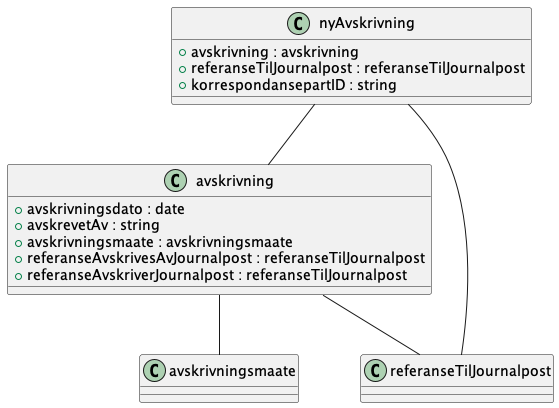
This is Dokumentasjon/V1/SchemaModels/no/ks/fiks/arkiv/v1/arkivering/avskrivning/opprett-relations.png from ks-no/fiks-arkiv-specification, a PlantUML export, as it was before one commit.
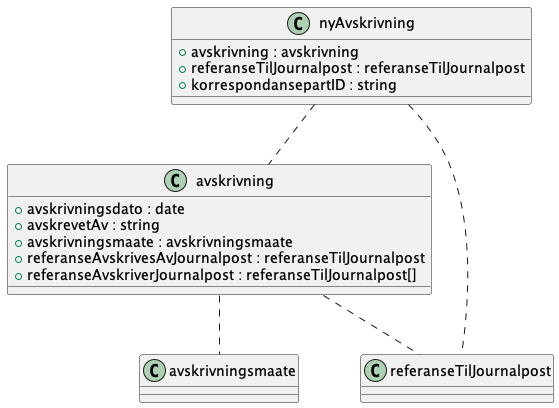
After the change.

The edit, as a diff of the source:
```diff
@@ -1,20 +1,10 @@
 @startuml
+!include opprett.pu
 
-class avskrivning {
-    +avskrivningsdato : date
-    +avskrevetAv : string
-    +avskrivningsmaate : avskrivningsmaate
-    +referanseAvskrivesAvJournalpost : referanseTilJournalpost
-    +referanseAvskriverJournalpost : referanseTilJournalpost
-}
-avskrivning -- avskrivningsmaate
-avskrivning -- referanseTilJournalpost
-class nyAvskrivning {
-    +avskrivning : avskrivning
-    +referanseTilJournalpost : referanseTilJournalpost
-    +korrespondansepartID : string
-}
-nyAvskrivning -- avskrivning
-nyAvskrivning -- referanseTilJournalpost
+avskrivning .. avskrivningsmaate
+avskrivning .. referanseTilJournalpost
+
+nyAvskrivning .. avskrivning
+nyAvskrivning .. referanseTilJournalpost
 
 @enduml
```
